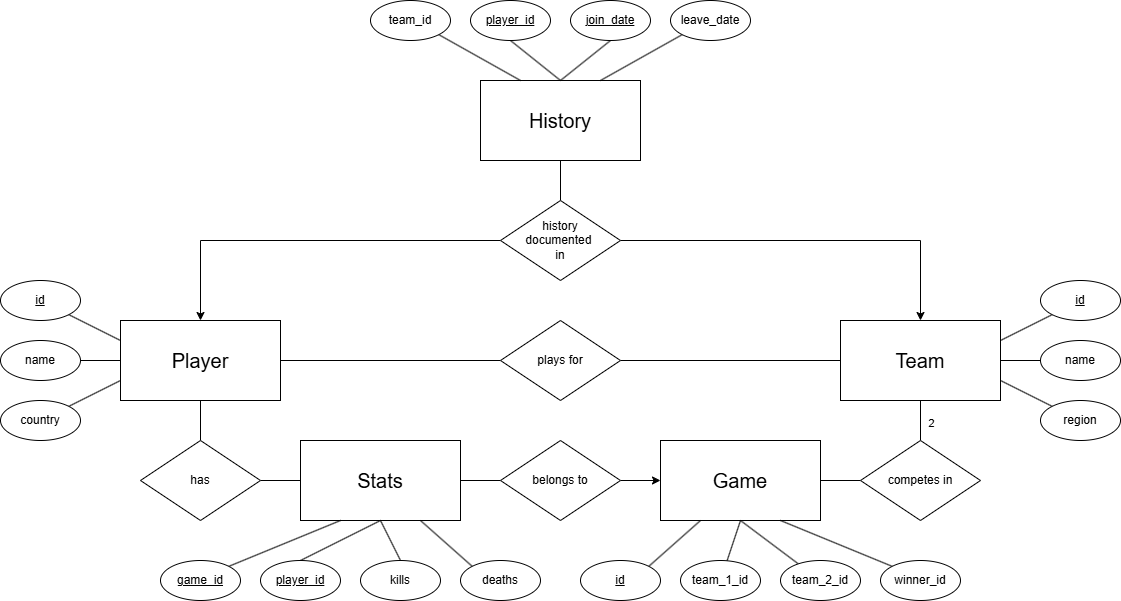
The draw.io diagram Diagram/er_esport.png in macantomato/esport-system-db, before a commit. Source tidied: cells renumbered, new cells last; positions are measured from the earlier drawing's top-left corner, leaving out a move shared by most shapes. Source of this version:
```xml
<mxGraphModel>
  <root>
    <mxCell id="0" />
    <mxCell id="1" parent="0" />
    <mxCell id="2" style="edgeStyle=orthogonalEdgeStyle;rounded=0;jettySize=auto;html=1;entryX=0;entryY=0.5;entryDx=0;entryDy=0;endArrow=none;startFill=0;labelBackgroundColor=none;fontColor=default;" parent="1" edge="1" source="4" target="10">
      <mxGeometry relative="1" as="geometry" />
    </mxCell>
    <mxCell id="3" style="rounded=0;jettySize=auto;html=1;entryX=0.5;entryY=0;entryDx=0;entryDy=0;endArrow=none;startFill=0;labelBackgroundColor=none;fontColor=default;" parent="1" edge="1" source="4" target="19">
      <mxGeometry relative="1" as="geometry" />
    </mxCell>
    <mxCell id="4" value="&lt;font style=&quot;font-size: 20px;&quot;&gt;Player&lt;/font&gt;" style="rounded=0;whiteSpace=wrap;html=1;labelBackgroundColor=none;rotation=0;" parent="1" vertex="1">
      <mxGeometry x="120" y="320" width="160" height="80" as="geometry" />
    </mxCell>
    <mxCell id="5" value="&lt;font style=&quot;font-size: 20px;&quot;&gt;Team&lt;/font&gt;" style="rounded=0;whiteSpace=wrap;html=1;labelBackgroundColor=none;" parent="1" vertex="1">
      <mxGeometry x="840" y="320" width="160" height="80" as="geometry" />
    </mxCell>
    <mxCell id="6" value="&lt;font style=&quot;font-size: 20px;&quot;&gt;Game&lt;/font&gt;" style="rounded=0;whiteSpace=wrap;html=1;labelBackgroundColor=none;" parent="1" vertex="1">
      <mxGeometry x="660" y="440" width="160" height="80" as="geometry" />
    </mxCell>
    <mxCell id="7" value="&lt;font style=&quot;font-size: 20px;&quot;&gt;Stats&lt;/font&gt;" style="rounded=0;whiteSpace=wrap;html=1;labelBackgroundColor=none;" parent="1" vertex="1">
      <mxGeometry x="300" y="440" width="160" height="80" as="geometry" />
    </mxCell>
    <mxCell id="8" value="&lt;font style=&quot;font-size: 20px;&quot;&gt;History&lt;/font&gt;" style="rounded=0;whiteSpace=wrap;html=1;labelBackgroundColor=none;" parent="1" vertex="1">
      <mxGeometry x="480" y="80" width="160" height="80" as="geometry" />
    </mxCell>
    <mxCell id="9" style="edgeStyle=orthogonalEdgeStyle;rounded=0;jettySize=auto;html=1;entryX=0;entryY=0.5;entryDx=0;entryDy=0;endArrow=none;startFill=0;labelBackgroundColor=none;fontColor=default;" parent="1" edge="1" source="10" target="5">
      <mxGeometry relative="1" as="geometry" />
    </mxCell>
    <mxCell id="10" value="plays for" style="rhombus;whiteSpace=wrap;html=1;labelBackgroundColor=none;" parent="1" vertex="1">
      <mxGeometry x="500" y="320" width="120" height="80" as="geometry" />
    </mxCell>
    <mxCell id="11" style="rounded=0;jettySize=auto;html=1;entryX=0.5;entryY=1;entryDx=0;entryDy=0;endArrow=none;startFill=0;exitX=0.5;exitY=0;exitDx=0;exitDy=0;endFill=1;labelBackgroundColor=none;fontColor=default;" parent="1" edge="1" source="14" target="5">
      <mxGeometry relative="1" as="geometry" />
    </mxCell>
    <mxCell id="12" value="2" style="edgeLabel;html=1;align=center;verticalAlign=middle;labelBackgroundColor=none;" parent="11" vertex="1">
      <mxGeometry x="-0.1" y="-2" relative="1" as="geometry">
        <mxPoint x="8" as="offset" />
      </mxGeometry>
    </mxCell>
    <mxCell id="13" style="rounded=0;jettySize=auto;html=1;exitX=0;exitY=0.5;exitDx=0;exitDy=0;entryX=1;entryY=0.5;entryDx=0;entryDy=0;endArrow=none;startFill=0;labelBackgroundColor=none;fontColor=default;" parent="1" edge="1" source="14" target="6">
      <mxGeometry relative="1" as="geometry" />
    </mxCell>
    <mxCell id="14" value="competes in" style="rhombus;whiteSpace=wrap;html=1;labelBackgroundColor=none;" parent="1" vertex="1">
      <mxGeometry x="860" y="440" width="120" height="80" as="geometry" />
    </mxCell>
    <mxCell id="15" style="edgeStyle=orthogonalEdgeStyle;rounded=0;jettySize=auto;html=1;exitX=0;exitY=0.5;exitDx=0;exitDy=0;entryX=1;entryY=0.5;entryDx=0;entryDy=0;endArrow=none;startFill=0;labelBackgroundColor=none;fontColor=default;" parent="1" edge="1" source="17" target="7">
      <mxGeometry relative="1" as="geometry" />
    </mxCell>
    <mxCell id="16" style="edgeStyle=orthogonalEdgeStyle;rounded=0;jettySize=auto;html=1;entryX=0;entryY=0.5;entryDx=0;entryDy=0;labelBackgroundColor=none;fontColor=default;" parent="1" edge="1" source="17" target="6">
      <mxGeometry relative="1" as="geometry" />
    </mxCell>
    <mxCell id="17" value="belongs to" style="rhombus;whiteSpace=wrap;html=1;labelBackgroundColor=none;" parent="1" vertex="1">
      <mxGeometry x="500" y="440" width="120" height="80" as="geometry" />
    </mxCell>
    <mxCell id="18" style="rounded=0;jettySize=auto;html=1;exitX=1;exitY=0.5;exitDx=0;exitDy=0;entryX=0;entryY=0.5;entryDx=0;entryDy=0;endArrow=none;startFill=0;labelBackgroundColor=none;fontColor=default;" parent="1" edge="1" source="19" target="7">
      <mxGeometry relative="1" as="geometry" />
    </mxCell>
    <mxCell id="19" value="has" style="rhombus;whiteSpace=wrap;html=1;labelBackgroundColor=none;" parent="1" vertex="1">
      <mxGeometry x="140" y="440" width="120" height="80" as="geometry" />
    </mxCell>
    <mxCell id="20" style="edgeStyle=orthogonalEdgeStyle;rounded=0;jettySize=auto;html=1;entryX=0.5;entryY=0;entryDx=0;entryDy=0;endArrow=classic;startFill=0;endFill=1;labelBackgroundColor=none;fontColor=default;" parent="1" edge="1" source="23" target="5">
      <mxGeometry relative="1" as="geometry" />
    </mxCell>
    <mxCell id="21" style="edgeStyle=orthogonalEdgeStyle;rounded=0;jettySize=auto;html=1;entryX=0.5;entryY=1;entryDx=0;entryDy=0;endArrow=none;startFill=0;labelBackgroundColor=none;fontColor=default;" parent="1" edge="1" source="23" target="8">
      <mxGeometry relative="1" as="geometry" />
    </mxCell>
    <mxCell id="22" style="edgeStyle=orthogonalEdgeStyle;rounded=0;jettySize=auto;html=1;entryX=0.5;entryY=0;entryDx=0;entryDy=0;labelBackgroundColor=none;fontColor=default;" parent="1" edge="1" source="23" target="4">
      <mxGeometry relative="1" as="geometry" />
    </mxCell>
    <mxCell id="23" value="&lt;div&gt;history&lt;/div&gt;documented&amp;nbsp;&lt;div&gt;in&lt;/div&gt;" style="rhombus;whiteSpace=wrap;html=1;labelBackgroundColor=none;" parent="1" vertex="1">
      <mxGeometry x="500" y="200" width="120" height="80" as="geometry" />
    </mxCell>
    <mxCell id="24" style="rounded=0;jettySize=auto;html=1;entryX=0;entryY=0.25;entryDx=0;entryDy=0;endArrow=none;startFill=0;labelBackgroundColor=none;fontColor=default;" parent="1" edge="1" source="25" target="4">
      <mxGeometry relative="1" as="geometry" />
    </mxCell>
    <mxCell id="25" value="&lt;u&gt;id&lt;/u&gt;" style="ellipse;whiteSpace=wrap;html=1;labelBackgroundColor=none;" parent="1" vertex="1">
      <mxGeometry y="280" width="80" height="40" as="geometry" />
    </mxCell>
    <mxCell id="26" style="rounded=0;jettySize=auto;html=1;entryX=0;entryY=0.5;entryDx=0;entryDy=0;endArrow=none;startFill=0;labelBackgroundColor=none;fontColor=default;" parent="1" edge="1" source="27" target="4">
      <mxGeometry relative="1" as="geometry" />
    </mxCell>
    <mxCell id="27" value="name" style="ellipse;whiteSpace=wrap;html=1;labelBackgroundColor=none;" parent="1" vertex="1">
      <mxGeometry y="340" width="80" height="40" as="geometry" />
    </mxCell>
    <mxCell id="28" style="rounded=0;jettySize=auto;html=1;entryX=0;entryY=0.75;entryDx=0;entryDy=0;endArrow=none;startFill=0;labelBackgroundColor=none;fontColor=default;" parent="1" edge="1" source="29" target="4">
      <mxGeometry relative="1" as="geometry" />
    </mxCell>
    <mxCell id="29" value="country" style="ellipse;whiteSpace=wrap;html=1;labelBackgroundColor=none;" parent="1" vertex="1">
      <mxGeometry y="400" width="80" height="40" as="geometry" />
    </mxCell>
    <mxCell id="30" style="rounded=0;jettySize=auto;html=1;entryX=1;entryY=0.25;entryDx=0;entryDy=0;endArrow=none;startFill=0;labelBackgroundColor=none;fontColor=default;" parent="1" edge="1" source="31" target="5">
      <mxGeometry relative="1" as="geometry" />
    </mxCell>
    <mxCell id="31" value="&lt;u&gt;id&lt;/u&gt;" style="ellipse;whiteSpace=wrap;html=1;labelBackgroundColor=none;" parent="1" vertex="1">
      <mxGeometry x="1040" y="280" width="80" height="40" as="geometry" />
    </mxCell>
    <mxCell id="32" style="rounded=0;jettySize=auto;html=1;entryX=1;entryY=0.5;entryDx=0;entryDy=0;endArrow=none;startFill=0;labelBackgroundColor=none;fontColor=default;" parent="1" edge="1" source="33" target="5">
      <mxGeometry relative="1" as="geometry" />
    </mxCell>
    <mxCell id="33" value="name" style="ellipse;whiteSpace=wrap;html=1;labelBackgroundColor=none;" parent="1" vertex="1">
      <mxGeometry x="1040" y="340" width="80" height="40" as="geometry" />
    </mxCell>
    <mxCell id="34" style="rounded=0;jettySize=auto;html=1;entryX=1;entryY=0.75;entryDx=0;entryDy=0;endArrow=none;startFill=0;labelBackgroundColor=none;fontColor=default;" parent="1" edge="1" source="35" target="5">
      <mxGeometry relative="1" as="geometry" />
    </mxCell>
    <mxCell id="35" value="region" style="ellipse;whiteSpace=wrap;html=1;labelBackgroundColor=none;" parent="1" vertex="1">
      <mxGeometry x="1040" y="400" width="80" height="40" as="geometry" />
    </mxCell>
    <mxCell id="36" style="rounded=0;jettySize=auto;html=1;exitX=1;exitY=1;exitDx=0;exitDy=0;entryX=0.25;entryY=0;entryDx=0;entryDy=0;endArrow=none;endFill=1;startFill=0;labelBackgroundColor=none;fontColor=default;" parent="1" edge="1" source="37" target="8">
      <mxGeometry relative="1" as="geometry" />
    </mxCell>
    <mxCell id="37" value="team_id" style="ellipse;whiteSpace=wrap;html=1;labelBackgroundColor=none;" parent="1" vertex="1">
      <mxGeometry x="370" width="80" height="40" as="geometry" />
    </mxCell>
    <mxCell id="38" style="rounded=0;jettySize=auto;html=1;exitX=0.5;exitY=1;exitDx=0;exitDy=0;entryX=0.5;entryY=0;entryDx=0;entryDy=0;endArrow=none;endFill=1;startFill=0;labelBackgroundColor=none;fontColor=default;" parent="1" edge="1" source="39" target="8">
      <mxGeometry relative="1" as="geometry" />
    </mxCell>
    <mxCell id="39" value="&lt;u&gt;player_id&lt;/u&gt;" style="ellipse;whiteSpace=wrap;html=1;labelBackgroundColor=none;" parent="1" vertex="1">
      <mxGeometry x="470" width="80" height="40" as="geometry" />
    </mxCell>
    <mxCell id="40" style="rounded=0;jettySize=auto;html=1;exitX=0.5;exitY=1;exitDx=0;exitDy=0;entryX=0.5;entryY=0;entryDx=0;entryDy=0;endArrow=none;endFill=1;startFill=0;labelBackgroundColor=none;fontColor=default;" parent="1" edge="1" source="41" target="8">
      <mxGeometry relative="1" as="geometry" />
    </mxCell>
    <mxCell id="41" value="&lt;u&gt;join_date&lt;/u&gt;" style="ellipse;whiteSpace=wrap;html=1;labelBackgroundColor=none;" parent="1" vertex="1">
      <mxGeometry x="570" width="80" height="40" as="geometry" />
    </mxCell>
    <mxCell id="42" style="rounded=0;jettySize=auto;html=1;exitX=0;exitY=1;exitDx=0;exitDy=0;entryX=0.75;entryY=0;entryDx=0;entryDy=0;endArrow=none;endFill=1;startFill=0;labelBackgroundColor=none;fontColor=default;" parent="1" edge="1" source="43" target="8">
      <mxGeometry relative="1" as="geometry" />
    </mxCell>
    <mxCell id="43" value="leave_date" style="ellipse;whiteSpace=wrap;html=1;labelBackgroundColor=none;" parent="1" vertex="1">
      <mxGeometry x="670" width="80" height="40" as="geometry" />
    </mxCell>
    <mxCell id="44" style="rounded=0;jettySize=auto;html=1;exitX=1;exitY=0;exitDx=0;exitDy=0;entryX=0.25;entryY=1;entryDx=0;entryDy=0;endArrow=none;startFill=0;labelBackgroundColor=none;fontColor=default;" parent="1" edge="1" source="45" target="6">
      <mxGeometry relative="1" as="geometry" />
    </mxCell>
    <mxCell id="45" value="&lt;u&gt;id&lt;/u&gt;" style="ellipse;whiteSpace=wrap;html=1;labelBackgroundColor=none;" parent="1" vertex="1">
      <mxGeometry x="580" y="560" width="80" height="40" as="geometry" />
    </mxCell>
    <mxCell id="46" style="rounded=0;jettySize=auto;html=1;entryX=0.5;entryY=1;entryDx=0;entryDy=0;endArrow=none;startFill=0;labelBackgroundColor=none;fontColor=default;" parent="1" edge="1" source="47" target="6">
      <mxGeometry relative="1" as="geometry" />
    </mxCell>
    <mxCell id="47" value="team_1_id" style="ellipse;whiteSpace=wrap;html=1;labelBackgroundColor=none;" parent="1" vertex="1">
      <mxGeometry x="680" y="560" width="80" height="40" as="geometry" />
    </mxCell>
    <mxCell id="48" style="rounded=0;jettySize=auto;html=1;entryX=0.5;entryY=1;entryDx=0;entryDy=0;endArrow=none;startFill=0;labelBackgroundColor=none;fontColor=default;" parent="1" edge="1" source="49" target="6">
      <mxGeometry relative="1" as="geometry" />
    </mxCell>
    <mxCell id="49" value="team_2_id" style="ellipse;whiteSpace=wrap;html=1;labelBackgroundColor=none;" parent="1" vertex="1">
      <mxGeometry x="780" y="560" width="80" height="40" as="geometry" />
    </mxCell>
    <mxCell id="50" style="rounded=0;jettySize=auto;html=1;exitX=0;exitY=0;exitDx=0;exitDy=0;entryX=0.75;entryY=1;entryDx=0;entryDy=0;endArrow=none;startFill=0;labelBackgroundColor=none;fontColor=default;" parent="1" edge="1" source="51" target="6">
      <mxGeometry relative="1" as="geometry" />
    </mxCell>
    <mxCell id="51" value="winner_id" style="ellipse;whiteSpace=wrap;html=1;labelBackgroundColor=none;" parent="1" vertex="1">
      <mxGeometry x="880" y="560" width="80" height="40" as="geometry" />
    </mxCell>
    <mxCell id="52" style="rounded=0;jettySize=auto;html=1;exitX=1;exitY=0;exitDx=0;exitDy=0;entryX=0.25;entryY=1;entryDx=0;entryDy=0;endArrow=none;startFill=0;labelBackgroundColor=none;fontColor=default;" parent="1" edge="1" source="53" target="7">
      <mxGeometry relative="1" as="geometry" />
    </mxCell>
    <mxCell id="53" value="&lt;u&gt;game_id&lt;/u&gt;" style="ellipse;whiteSpace=wrap;html=1;labelBackgroundColor=none;" parent="1" vertex="1">
      <mxGeometry x="160" y="560" width="80" height="40" as="geometry" />
    </mxCell>
    <mxCell id="54" style="rounded=0;jettySize=auto;html=1;exitX=0.5;exitY=0;exitDx=0;exitDy=0;entryX=0.5;entryY=1;entryDx=0;entryDy=0;endArrow=none;startFill=0;labelBackgroundColor=none;fontColor=default;" parent="1" edge="1" source="55" target="7">
      <mxGeometry relative="1" as="geometry" />
    </mxCell>
    <mxCell id="55" value="&lt;u&gt;player_id&lt;/u&gt;" style="ellipse;whiteSpace=wrap;html=1;labelBackgroundColor=none;" parent="1" vertex="1">
      <mxGeometry x="260" y="560" width="80" height="40" as="geometry" />
    </mxCell>
    <mxCell id="56" style="rounded=0;jettySize=auto;html=1;exitX=0.5;exitY=0;exitDx=0;exitDy=0;endArrow=none;startFill=0;labelBackgroundColor=none;fontColor=default;" parent="1" edge="1" source="57">
      <mxGeometry relative="1" as="geometry">
        <mxPoint x="380" y="520" as="targetPoint" />
      </mxGeometry>
    </mxCell>
    <mxCell id="57" value="kills" style="ellipse;whiteSpace=wrap;html=1;labelBackgroundColor=none;" parent="1" vertex="1">
      <mxGeometry x="360" y="560" width="80" height="40" as="geometry" />
    </mxCell>
    <mxCell id="58" style="rounded=0;jettySize=auto;html=1;exitX=0;exitY=0;exitDx=0;exitDy=0;entryX=0.75;entryY=1;entryDx=0;entryDy=0;endArrow=none;startFill=0;labelBackgroundColor=none;fontColor=default;" parent="1" edge="1" source="59" target="7">
      <mxGeometry relative="1" as="geometry" />
    </mxCell>
    <mxCell id="59" value="deaths" style="ellipse;whiteSpace=wrap;html=1;labelBackgroundColor=none;" parent="1" vertex="1">
      <mxGeometry x="460" y="560" width="80" height="40" as="geometry" />
    </mxCell>
  </root>
</mxGraphModel>
```
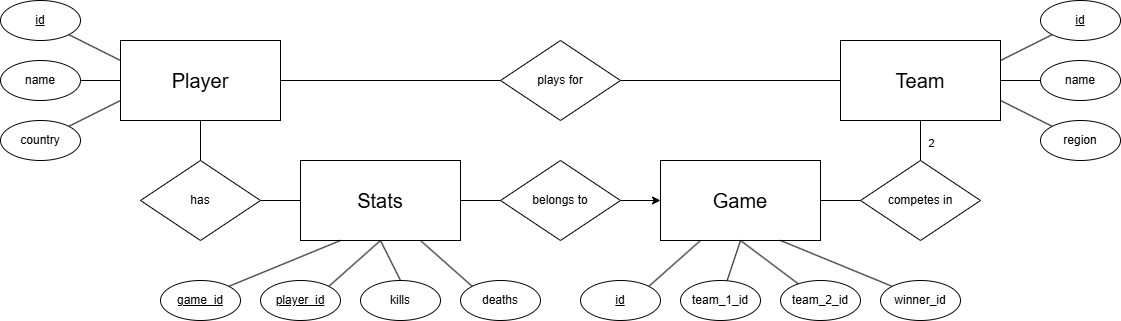
The same file after the commit.

The edit, as a diff of the source:
```diff
@@ -20,9 +20,6 @@
     <mxCell id="7" value="&lt;font style=&quot;font-size: 20px;&quot;&gt;Stats&lt;/font&gt;" style="rounded=0;whiteSpace=wrap;html=1;labelBackgroundColor=none;" parent="1" vertex="1">
       <mxGeometry x="300" y="440" width="160" height="80" as="geometry" />
     </mxCell>
-    <mxCell id="8" value="&lt;font style=&quot;font-size: 20px;&quot;&gt;History&lt;/font&gt;" style="rounded=0;whiteSpace=wrap;html=1;labelBackgroundColor=none;" parent="1" vertex="1">
-      <mxGeometry x="480" y="80" width="160" height="80" as="geometry" />
-    </mxCell>
     <mxCell id="9" style="edgeStyle=orthogonalEdgeStyle;rounded=0;jettySize=auto;html=1;entryX=0;entryY=0.5;entryDx=0;entryDy=0;endArrow=none;startFill=0;labelBackgroundColor=none;fontColor=default;" parent="1" edge="1" source="10" target="5">
       <mxGeometry relative="1" as="geometry" />
     </mxCell>
@@ -58,18 +55,6 @@
     <mxCell id="19" value="has" style="rhombus;whiteSpace=wrap;html=1;labelBackgroundColor=none;" parent="1" vertex="1">
       <mxGeometry x="140" y="440" width="120" height="80" as="geometry" />
     </mxCell>
-    <mxCell id="20" style="edgeStyle=orthogonalEdgeStyle;rounded=0;jettySize=auto;html=1;entryX=0.5;entryY=0;entryDx=0;entryDy=0;endArrow=classic;startFill=0;endFill=1;labelBackgroundColor=none;fontColor=default;" parent="1" edge="1" source="23" target="5">
-      <mxGeometry relative="1" as="geometry" />
-    </mxCell>
-    <mxCell id="21" style="edgeStyle=orthogonalEdgeStyle;rounded=0;jettySize=auto;html=1;entryX=0.5;entryY=1;entryDx=0;entryDy=0;endArrow=none;startFill=0;labelBackgroundColor=none;fontColor=default;" parent="1" edge="1" source="23" target="8">
-      <mxGeometry relative="1" as="geometry" />
-    </mxCell>
-    <mxCell id="22" style="edgeStyle=orthogonalEdgeStyle;rounded=0;jettySize=auto;html=1;entryX=0.5;entryY=0;entryDx=0;entryDy=0;labelBackgroundColor=none;fontColor=default;" parent="1" edge="1" source="23" target="4">
-      <mxGeometry relative="1" as="geometry" />
-    </mxCell>
-    <mxCell id="23" value="&lt;div&gt;history&lt;/div&gt;documented&amp;nbsp;&lt;div&gt;in&lt;/div&gt;" style="rhombus;whiteSpace=wrap;html=1;labelBackgroundColor=none;" parent="1" vertex="1">
-      <mxGeometry x="500" y="200" width="120" height="80" as="geometry" />
-    </mxCell>
     <mxCell id="24" style="rounded=0;jettySize=auto;html=1;entryX=0;entryY=0.25;entryDx=0;entryDy=0;endArrow=none;startFill=0;labelBackgroundColor=none;fontColor=default;" parent="1" edge="1" source="25" target="4">
       <mxGeometry relative="1" as="geometry" />
     </mxCell>
@@ -106,30 +91,6 @@
     <mxCell id="35" value="region" style="ellipse;whiteSpace=wrap;html=1;labelBackgroundColor=none;" parent="1" vertex="1">
       <mxGeometry x="1040" y="400" width="80" height="40" as="geometry" />
     </mxCell>
-    <mxCell id="36" style="rounded=0;jettySize=auto;html=1;exitX=1;exitY=1;exitDx=0;exitDy=0;entryX=0.25;entryY=0;entryDx=0;entryDy=0;endArrow=none;endFill=1;startFill=0;labelBackgroundColor=none;fontColor=default;" parent="1" edge="1" source="37" target="8">
-      <mxGeometry relative="1" as="geometry" />
-    </mxCell>
-    <mxCell id="37" value="team_id" style="ellipse;whiteSpace=wrap;html=1;labelBackgroundColor=none;" parent="1" vertex="1">
-      <mxGeometry x="370" width="80" height="40" as="geometry" />
-    </mxCell>
-    <mxCell id="38" style="rounded=0;jettySize=auto;html=1;exitX=0.5;exitY=1;exitDx=0;exitDy=0;entryX=0.5;entryY=0;entryDx=0;entryDy=0;endArrow=none;endFill=1;startFill=0;labelBackgroundColor=none;fontColor=default;" parent="1" edge="1" source="39" target="8">
-      <mxGeometry relative="1" as="geometry" />
-    </mxCell>
-    <mxCell id="39" value="&lt;u&gt;player_id&lt;/u&gt;" style="ellipse;whiteSpace=wrap;html=1;labelBackgroundColor=none;" parent="1" vertex="1">
-      <mxGeometry x="470" width="80" height="40" as="geometry" />
-    </mxCell>
-    <mxCell id="40" style="rounded=0;jettySize=auto;html=1;exitX=0.5;exitY=1;exitDx=0;exitDy=0;entryX=0.5;entryY=0;entryDx=0;entryDy=0;endArrow=none;endFill=1;startFill=0;labelBackgroundColor=none;fontColor=default;" parent="1" edge="1" source="41" target="8">
-      <mxGeometry relative="1" as="geometry" />
-    </mxCell>
-    <mxCell id="41" value="&lt;u&gt;join_date&lt;/u&gt;" style="ellipse;whiteSpace=wrap;html=1;labelBackgroundColor=none;" parent="1" vertex="1">
-      <mxGeometry x="570" width="80" height="40" as="geometry" />
-    </mxCell>
-    <mxCell id="42" style="rounded=0;jettySize=auto;html=1;exitX=0;exitY=1;exitDx=0;exitDy=0;entryX=0.75;entryY=0;entryDx=0;entryDy=0;endArrow=none;endFill=1;startFill=0;labelBackgroundColor=none;fontColor=default;" parent="1" edge="1" source="43" target="8">
-      <mxGeometry relative="1" as="geometry" />
-    </mxCell>
-    <mxCell id="43" value="leave_date" style="ellipse;whiteSpace=wrap;html=1;labelBackgroundColor=none;" parent="1" vertex="1">
-      <mxGeometry x="670" width="80" height="40" as="geometry" />
-    </mxCell>
     <mxCell id="44" style="rounded=0;jettySize=auto;html=1;exitX=1;exitY=0;exitDx=0;exitDy=0;entryX=0.25;entryY=1;entryDx=0;entryDy=0;endArrow=none;startFill=0;labelBackgroundColor=none;fontColor=default;" parent="1" edge="1" source="45" target="6">
       <mxGeometry relative="1" as="geometry" />
     </mxCell>
@@ -160,7 +121,7 @@
     <mxCell id="53" value="&lt;u&gt;game_id&lt;/u&gt;" style="ellipse;whiteSpace=wrap;html=1;labelBackgroundColor=none;" parent="1" vertex="1">
       <mxGeometry x="160" y="560" width="80" height="40" as="geometry" />
     </mxCell>
-    <mxCell id="54" style="rounded=0;jettySize=auto;html=1;exitX=0.5;exitY=0;exitDx=0;exitDy=0;entryX=0.5;entryY=1;entryDx=0;entryDy=0;endArrow=none;startFill=0;labelBackgroundColor=none;fontColor=default;" parent="1" edge="1" source="55" target="7">
+    <mxCell id="54" style="rounded=0;jettySize=auto;html=1;exitX=1;exitY=0;exitDx=0;exitDy=0;entryX=0.5;entryY=1;entryDx=0;entryDy=0;endArrow=none;startFill=0;labelBackgroundColor=none;fontColor=default;" parent="1" edge="1" source="55" target="7">
       <mxGeometry relative="1" as="geometry" />
     </mxCell>
     <mxCell id="55" value="&lt;u&gt;player_id&lt;/u&gt;" style="ellipse;whiteSpace=wrap;html=1;labelBackgroundColor=none;" parent="1" vertex="1">
```
